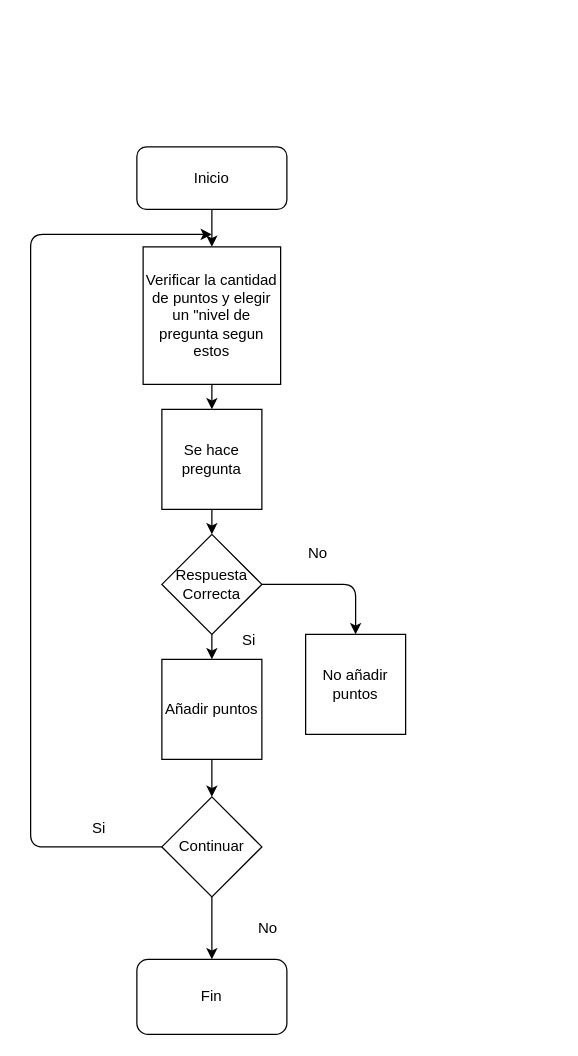
Earlier version of the draw.io diagram Ejemplo/Diagrama_Idea_Ramirez.dio (leonardo3171250020-arch/29septiembre_RamirezL). Source tidied: cells renumbered, new cells numbered last; positions are measured from the earlier drawing's top-left corner, leaving out a move shared by most shapes. Both pictures are drawn from the tidied source at 125%, with x=0, y=0 at pixel (30, 146).
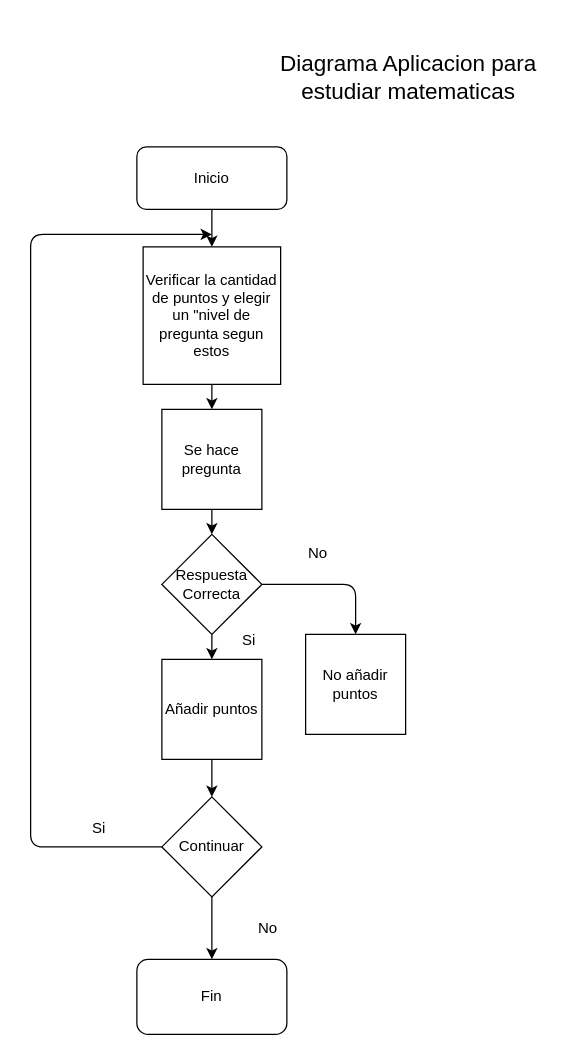
After the change.

The edit, as a diff of the source:
```diff
@@
+    <mxCell id="22" value="&lt;font style=&quot;font-size: 18px;&quot;&gt;Diagrama Aplicacion para estudiar matematicas&lt;/font&gt;" style="text;html=1;whiteSpace=wrap;strokeColor=none;fillColor=none;align=center;verticalAlign=middle;rounded=0;" parent="1" vertex="1">
+      <mxGeometry x="185" y="-100" width="235" height="90" as="geometry" />
+    </mxCell>
```
